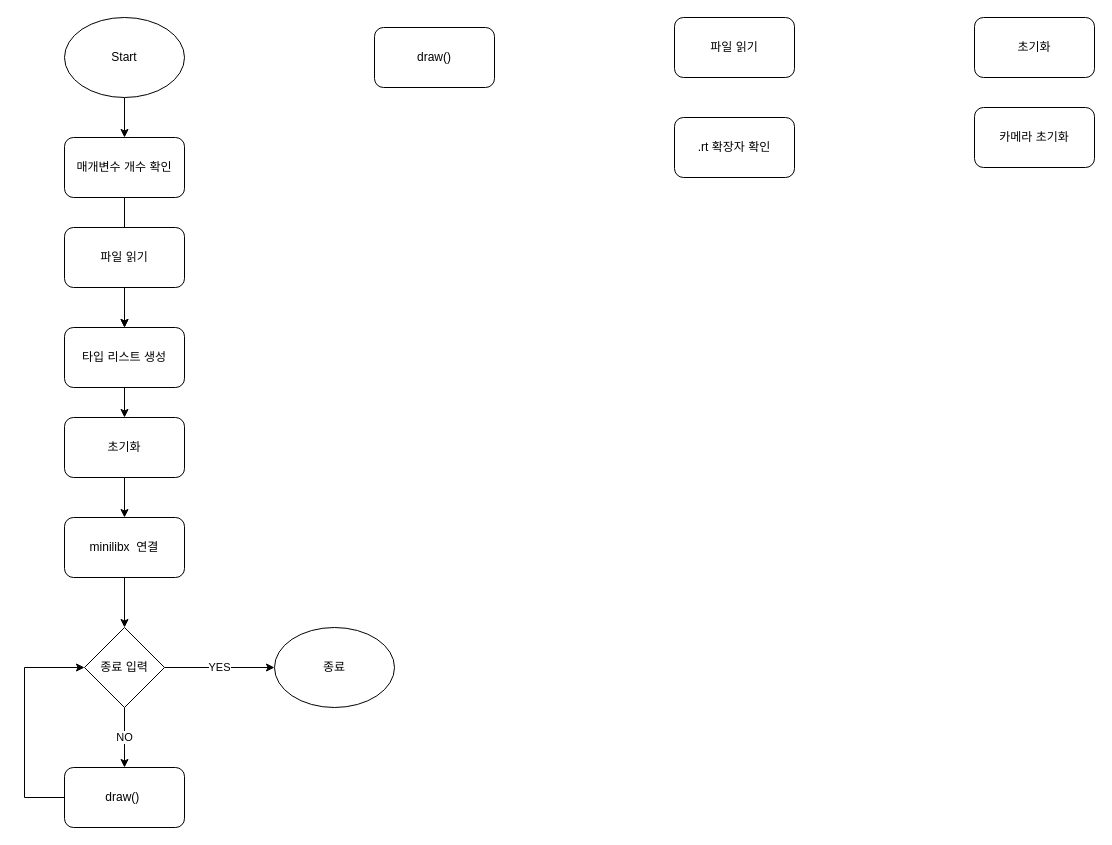
The draw.io diagram Untitled Diagram.drawio in pdh9311/miniRT, before the edit. Source tidied: cells renumbered, new cells numbered last; positions are measured from the earlier drawing's top-left corner, leaving out a move shared by most shapes. Both pictures are drawn from the tidied source at 100%, with x=0, y=0 at pixel (24, 17).
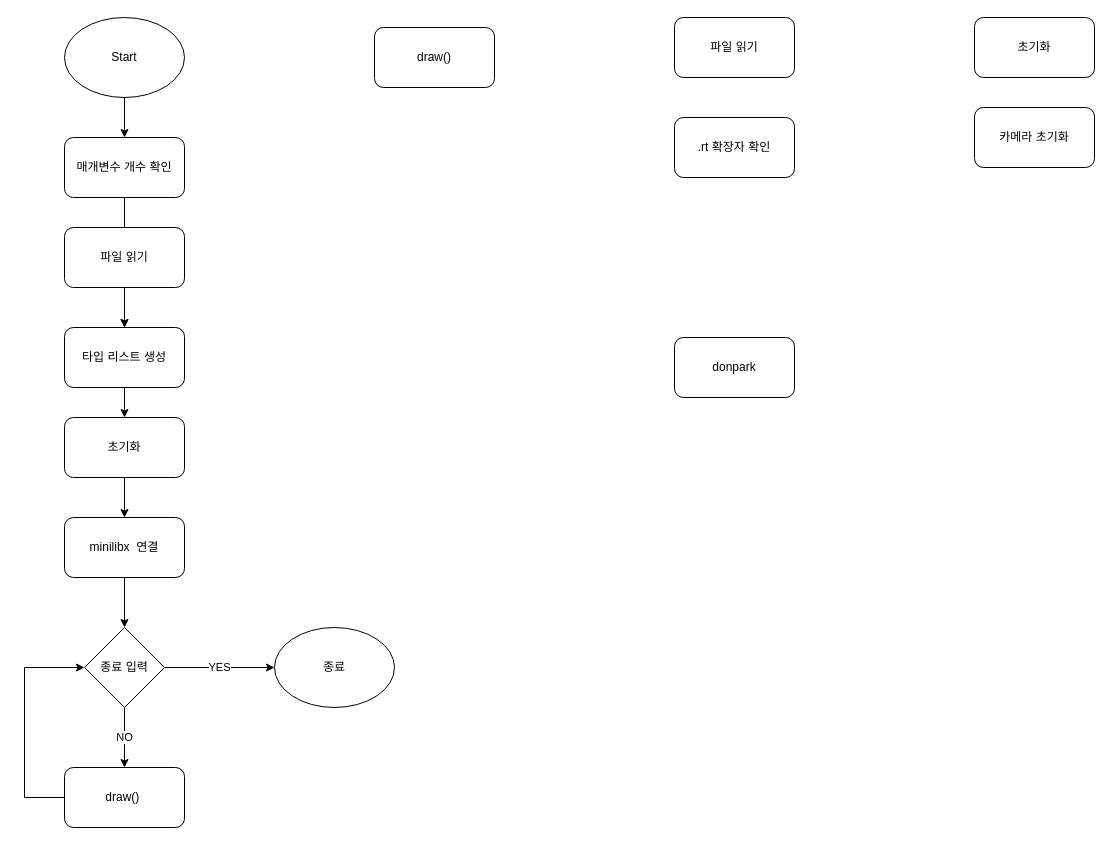
The same page after the edit.

Change to the diagram source:
```diff
@@
+    <mxCell id="25" value="donpark" style="rounded=1;whiteSpace=wrap;html=1;" parent="1" vertex="1">
+      <mxGeometry x="650" y="320" width="120" height="60" as="geometry" />
+    </mxCell>
```
